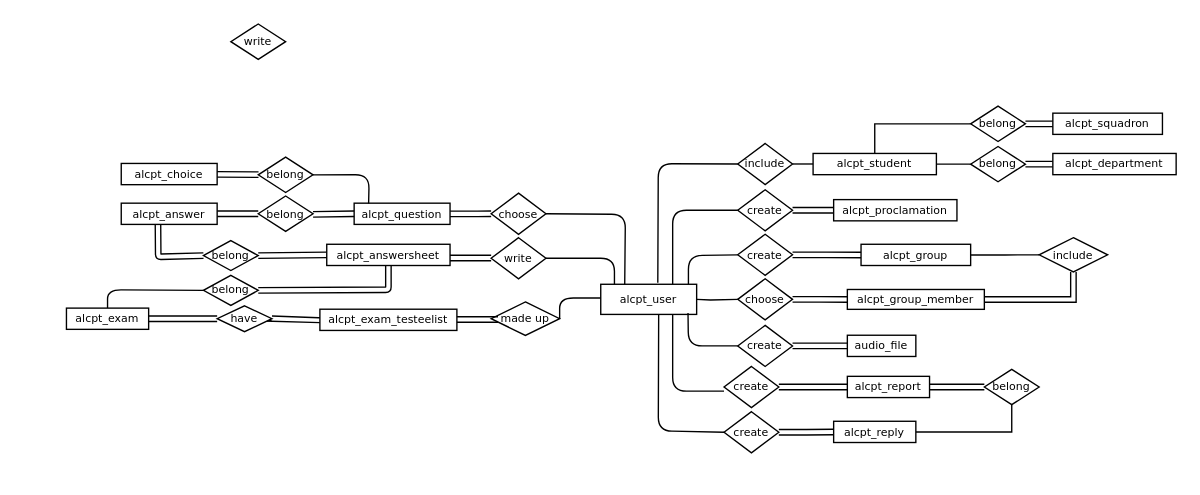
mayou66321/file keeps this draw.io diagram as Untitled Diagram.drawio. Above is the earlier version. Source tidied: cells renumbered, new cells numbered last; positions are measured from the earlier drawing's top-left corner, leaving out a move shared by most shapes. Both pictures are drawn from the tidied source at 137%, with x=0, y=0 at pixel (66, 23).
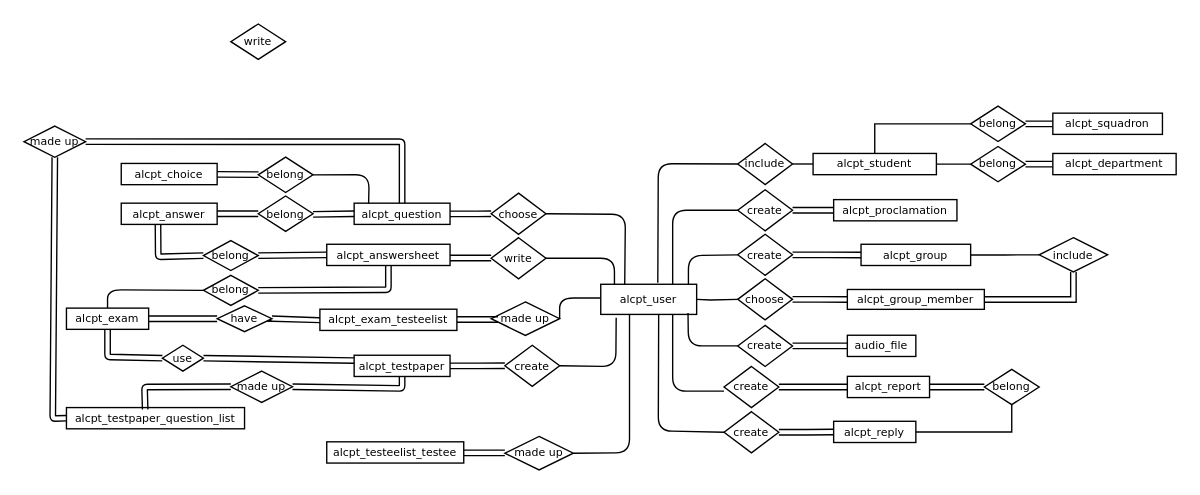
The same page after the edit.

The change refers to these unchanged cells:
```xml
<mxCell id="7" value="alcpt_user" style="whiteSpace=wrap;html=1;rounded=0;shadow=0;fontFamily=Verdana;fontSize=8;strokeWidth=1;" parent="1" vertex="1">
  <mxGeometry x="390" y="190" width="70" height="22" as="geometry" />
</mxCell>
<mxCell id="36" value="alcpt_question" style="whiteSpace=wrap;html=1;rounded=0;shadow=0;fontFamily=Verdana;fontSize=8;strokeWidth=1;" parent="1" vertex="1">
  <mxGeometry x="210" y="130.8" width="70" height="15.5" as="geometry" />
</mxCell>
<mxCell id="70" value="alcpt_exam" style="whiteSpace=wrap;html=1;rounded=0;shadow=0;fontFamily=Verdana;fontSize=8;strokeWidth=1;" parent="1" vertex="1">
  <mxGeometry y="207.4" width="60" height="15.5" as="geometry" />
</mxCell>
```

What changed in the source:
```diff
@@
+    <mxCell id="77" value="alcpt_testpaper" style="whiteSpace=wrap;html=1;rounded=0;shadow=0;fontFamily=Verdana;fontSize=8;strokeWidth=1;" parent="1" vertex="1">
+      <mxGeometry x="210" y="241.8" width="70" height="15.5" as="geometry" />
+    </mxCell>
+    <mxCell id="78" value="&lt;font style=&quot;font-size: 8px&quot;&gt;create&lt;/font&gt;" style="rhombus;whiteSpace=wrap;html=1;rounded=0;shadow=0;labelBackgroundColor=none;strokeWidth=1;fontFamily=Verdana;fontSize=8;align=center;" parent="1" vertex="1">
+      <mxGeometry x="320" y="234.5" width="40" height="30" as="geometry" />
+    </mxCell>
+    <mxCell id="79" style="endArrow=none;html=1;entryX=1;entryY=0.5;entryDx=0;entryDy=0;exitX=0.161;exitY=1.11;exitDx=0;exitDy=0;exitPerimeter=0;" parent="1" edge="1" source="7" target="78">
+      <mxGeometry relative="1" as="geometry">
+        <Array as="points">
+          <mxPoint x="401" y="250" />
+        </Array>
+      </mxGeometry>
+    </mxCell>
+    <mxCell id="80" value="alcpt_testpaper_question_list" style="whiteSpace=wrap;html=1;rounded=0;shadow=0;fontFamily=Verdana;fontSize=8;strokeWidth=1;" parent="1" vertex="1">
+      <mxGeometry y="280" width="130" height="15.5" as="geometry" />
+    </mxCell>
+    <mxCell id="81" style="edgeStyle=orthogonalEdgeStyle;rounded=0;jettySize=auto;html=1;endArrow=none;endFill=0;shape=link;entryX=0;entryY=0.5;entryDx=0;entryDy=0;exitX=1;exitY=0.5;exitDx=0;exitDy=0;" parent="1" edge="1" source="77" target="78">
+      <mxGeometry relative="1" as="geometry" />
+    </mxCell>
+    <mxCell id="82" value="&lt;font style=&quot;font-size: 8px&quot;&gt;use&lt;br&gt;&lt;/font&gt;" style="rhombus;whiteSpace=wrap;html=1;rounded=0;shadow=0;labelBackgroundColor=none;strokeWidth=1;fontFamily=Verdana;fontSize=8;align=center;" parent="1" vertex="1">
+      <mxGeometry x="70" y="234.5" width="30" height="18.9" as="geometry" />
+    </mxCell>
+    <mxCell id="83" style="endArrow=none;html=1;exitX=0;exitY=0.5;exitDx=0;exitDy=0;shape=link;entryX=0.5;entryY=1;entryDx=0;entryDy=0;" parent="1" edge="1" source="82" target="70">
+      <mxGeometry relative="1" as="geometry">
+        <Array as="points">
+          <mxPoint x="30" y="243" />
+        </Array>
+      </mxGeometry>
+    </mxCell>
+    <mxCell id="84" style="endArrow=none;html=1;entryX=0;entryY=0.25;entryDx=0;entryDy=0;shape=link;exitX=1;exitY=0.5;exitDx=0;exitDy=0;" parent="1" edge="1" source="82" target="77">
+      <mxGeometry relative="1" as="geometry" />
+    </mxCell>
+    <mxCell id="85" value="&lt;font style=&quot;font-size: 8px&quot;&gt;made up&lt;/font&gt;" style="rhombus;whiteSpace=wrap;html=1;rounded=0;shadow=0;labelBackgroundColor=none;strokeWidth=1;fontFamily=Verdana;fontSize=8;align=center;" parent="1" vertex="1">
+      <mxGeometry x="120" y="253.4" width="45" height="22.8" as="geometry" />
+    </mxCell>
+    <mxCell id="86" style="endArrow=none;html=1;exitX=1;exitY=0.5;exitDx=0;exitDy=0;shape=link;entryX=0.5;entryY=1;entryDx=0;entryDy=0;" parent="1" edge="1" source="85" target="77">
+      <mxGeometry relative="1" as="geometry">
+        <Array as="points">
+          <mxPoint x="245" y="266" />
+        </Array>
+      </mxGeometry>
+    </mxCell>
+    <mxCell id="87" style="endArrow=none;html=1;exitX=0.442;exitY=0.091;exitDx=0;exitDy=0;shape=link;exitPerimeter=0;entryX=0;entryY=0.5;entryDx=0;entryDy=0;" parent="1" edge="1" source="80" target="85">
+      <mxGeometry relative="1" as="geometry">
+        <Array as="points">
+          <mxPoint x="57" y="265" />
+        </Array>
+      </mxGeometry>
+    </mxCell>
+    <mxCell id="88" value="&lt;font style=&quot;font-size: 8px&quot;&gt;made up&lt;/font&gt;" style="rhombus;whiteSpace=wrap;html=1;rounded=0;shadow=0;labelBackgroundColor=none;strokeWidth=1;fontFamily=Verdana;fontSize=8;align=center;" parent="1" vertex="1">
+      <mxGeometry x="-31" y="74.5" width="45" height="22.8" as="geometry" />
+    </mxCell>
+    <mxCell id="89" style="endArrow=none;html=1;exitX=0;exitY=0.5;exitDx=0;exitDy=0;shape=link;entryX=0.5;entryY=1;entryDx=0;entryDy=0;" parent="1" edge="1" source="80" target="88">
+      <mxGeometry relative="1" as="geometry">
+        <Array as="points">
+          <mxPoint x="-10" y="288" />
+        </Array>
+      </mxGeometry>
+    </mxCell>
+    <mxCell id="90" style="endArrow=none;html=1;exitX=1;exitY=0.5;exitDx=0;exitDy=0;shape=link;" parent="1" edge="1" source="88" target="36">
+      <mxGeometry relative="1" as="geometry">
+        <Array as="points">
+          <mxPoint x="245" y="86" />
+        </Array>
+      </mxGeometry>
+    </mxCell>
+    <mxCell id="91" value="&lt;font style=&quot;font-size: 8px&quot;&gt;made up&lt;/font&gt;" style="rhombus;whiteSpace=wrap;html=1;rounded=0;shadow=0;labelBackgroundColor=none;strokeWidth=1;fontFamily=Verdana;fontSize=8;align=center;" parent="1" vertex="1">
+      <mxGeometry x="320" y="301.1" width="50" height="24.4" as="geometry" />
+    </mxCell>
+    <mxCell id="92" value="alcpt_testeelist_testee" style="whiteSpace=wrap;html=1;rounded=0;shadow=0;fontFamily=Verdana;fontSize=8;strokeWidth=1;" parent="1" vertex="1">
+      <mxGeometry x="190" y="305" width="100" height="15.5" as="geometry" />
+    </mxCell>
+    <mxCell id="93" style="endArrow=none;html=1;entryX=1;entryY=0.5;entryDx=0;entryDy=0;" parent="1" edge="1" target="91">
+      <mxGeometry relative="1" as="geometry">
+        <mxPoint x="411" y="212" as="sourcePoint" />
+        <Array as="points">
+          <mxPoint x="411" y="313" />
+        </Array>
+      </mxGeometry>
+    </mxCell>
+    <mxCell id="94" style="edgeStyle=orthogonalEdgeStyle;rounded=0;orthogonalLoop=1;jettySize=auto;html=1;endArrow=none;endFill=0;shape=link;" parent="1" edge="1">
+      <mxGeometry relative="1" as="geometry">
+        <mxPoint x="290" y="313.1" as="sourcePoint" />
+        <mxPoint x="320" y="313" as="targetPoint" />
+      </mxGeometry>
+    </mxCell>
```
